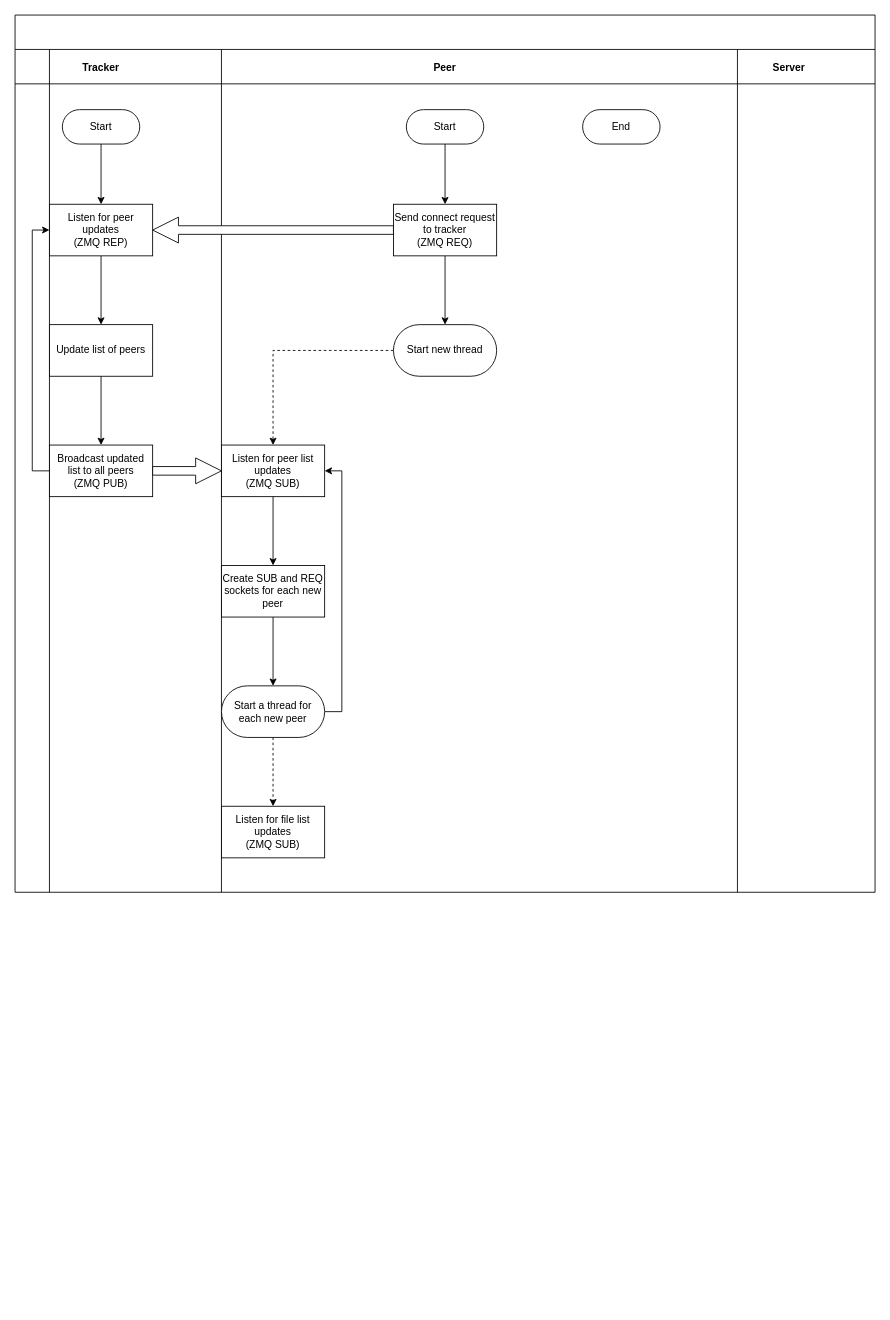
Above: Flowchart.drawio in nan-af/sproj (draw.io), before the change. Source tidied: cells renumbered, new cells numbered last; positions are measured from the earlier drawing's top-left corner, leaving out a move shared by most shapes. Both pictures are drawn from the tidied source at 86%, with x=0, y=0 at pixel (15, 15).
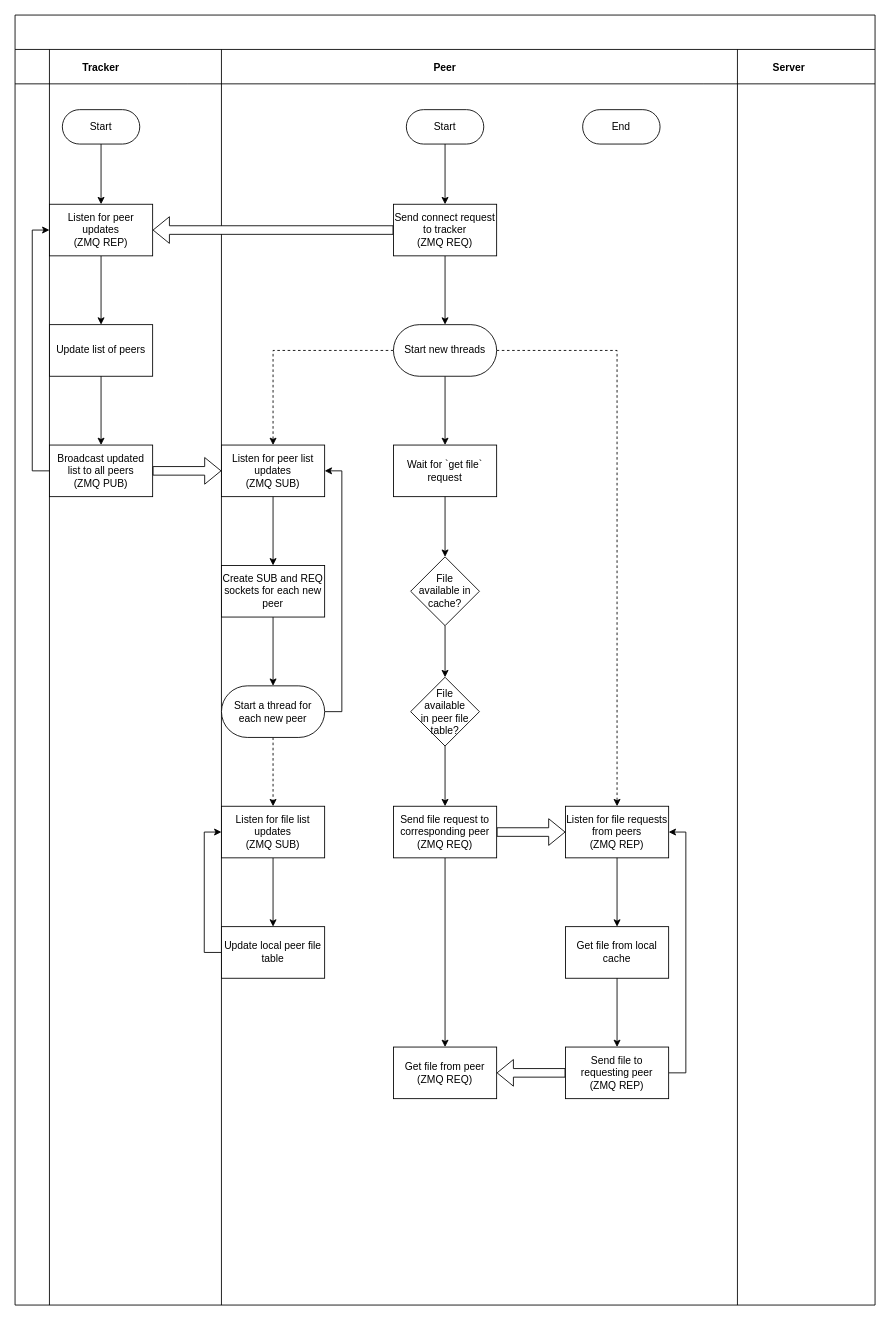
The same diagram, later.

Commit message:
Added "get file from peer" to Flowchart

The change refers to these unchanged cells:
```xml
<mxCell id="6" value="&lt;div&gt;Broadcast updated list to all peers&lt;/div&gt;&lt;div&gt;(ZMQ PUB)&lt;/div&gt;" style="whiteSpace=wrap;html=1;rounded=0;glass=0;arcSize=50;" parent="4" vertex="1">
  <mxGeometry x="40" y="460" width="120" height="60" as="geometry" />
</mxCell>
<mxCell id="11" value="&lt;div&gt;Listen for peer list updates&lt;/div&gt;&lt;div&gt;(ZMQ SUB)&lt;/div&gt;" style="whiteSpace=wrap;html=1;rounded=0;glass=0;arcSize=50;" parent="9" vertex="1">
  <mxGeometry x="40" y="460" width="120" height="60" as="geometry" />
</mxCell>
<mxCell id="17" value="&lt;div&gt;Send connect request to tracker&lt;/div&gt;&lt;div&gt;(ZMQ REQ)&lt;br&gt;&lt;/div&gt;" style="whiteSpace=wrap;html=1;rounded=0;arcSize=50;glass=0;" parent="1" vertex="1">
  <mxGeometry x="440" y="220" width="120" height="60" as="geometry" />
</mxCell>
<mxCell id="22" value="&lt;div&gt;Listen for peer updates&lt;/div&gt;&lt;div&gt;(ZMQ REP)&lt;br&gt;&lt;/div&gt;" style="whiteSpace=wrap;html=1;rounded=0;glass=0;arcSize=50;" parent="1" vertex="1">
  <mxGeometry x="40" y="220" width="120" height="60" as="geometry" />
</mxCell>
<mxCell id="31" value="&lt;div&gt;Listen for file list updates&lt;/div&gt;&lt;div&gt;(ZMQ SUB)&lt;br&gt;&lt;/div&gt;" style="whiteSpace=wrap;html=1;rounded=0;glass=0;arcSize=50;" parent="1" vertex="1">
  <mxGeometry x="240" y="920" width="120" height="60" as="geometry" />
</mxCell>
```

Diff of the diagram source:
```diff
@@
     <mxCell id="2" style="shape=table;childLayout=tableLayout;startSize=40;fillColor=none;fontStyle=1;" parent="1" vertex="1">
-      <mxGeometry width="1000" height="1020" as="geometry" />
+      <mxGeometry width="1000" height="1500" as="geometry" />
     </mxCell>
     <mxCell id="3" style="shape=tableRow;horizontal=0;swimlaneHead=0;swimlaneBody=0;top=0;left=0;bottom=0;right=0;fillColor=none;startSize=40;fontStyle=1;" parent="2" vertex="1">
-      <mxGeometry y="40" width="1000" height="980" as="geometry" />
+      <mxGeometry y="40" width="1000" height="1460" as="geometry" />
     </mxCell>
     <mxCell id="4" value="Tracker" style="swimlane;swimlaneHead=0;swimlaneBody=0;fillColor=none;startSize=40;fontStyle=1;" parent="3" vertex="1">
-      <mxGeometry width="200" height="980" as="geometry" />
+      <mxGeometry width="200" height="1460" as="geometry" />
     </mxCell>
@@
     <mxCell id="9" value="Peer" style="swimlane;swimlaneHead=0;swimlaneBody=0;fillColor=none;startSize=40;fontStyle=1;" parent="3" vertex="1">
-      <mxGeometry x="200" width="600" height="980" as="geometry" />
+      <mxGeometry x="200" width="600" height="1460" as="geometry" />
     </mxCell>
@@
+    <mxCell id="32" style="edgeStyle=orthogonalEdgeStyle;rounded=0;jettySize=auto;html=1;" parent="9" edge="1" source="37" target="40">
+      <mxGeometry relative="1" as="geometry" />
+    </mxCell>
+    <mxCell id="33" style="edgeStyle=orthogonalEdgeStyle;rounded=0;jettySize=auto;html=1;" parent="9" edge="1" source="40" target="41">
+      <mxGeometry relative="1" as="geometry" />
+    </mxCell>
+    <mxCell id="34" value="Wait for `get file` request" style="whiteSpace=wrap;html=1;rounded=0;glass=0;arcSize=50;" parent="9" vertex="1">
+      <mxGeometry x="240" y="460" width="120" height="60" as="geometry" />
+    </mxCell>
+    <mxCell id="35" value="&lt;div&gt;File&lt;/div&gt;&lt;div&gt;available in&lt;/div&gt;&lt;div&gt;cache?&lt;/div&gt;" style="rhombus;whiteSpace=wrap;html=1;rounded=0;glass=0;arcSize=50;" parent="9" vertex="1">
+      <mxGeometry x="260" y="590" width="80" height="80" as="geometry" />
+    </mxCell>
+    <mxCell id="36" style="edgeStyle=orthogonalEdgeStyle;rounded=0;jettySize=auto;html=1;" parent="9" edge="1" source="34" target="35">
+      <mxGeometry relative="1" as="geometry" />
+    </mxCell>
+    <mxCell id="37" value="&lt;div&gt;File&lt;/div&gt;&lt;div&gt;available&lt;/div&gt;&lt;div&gt;in peer file&lt;/div&gt;&lt;div&gt;table?&lt;br&gt;&lt;/div&gt;" style="rhombus;whiteSpace=wrap;html=1;rounded=0;glass=0;arcSize=50;" parent="9" vertex="1">
+      <mxGeometry x="260" y="730" width="80" height="80" as="geometry" />
+    </mxCell>
+    <mxCell id="38" style="edgeStyle=orthogonalEdgeStyle;rounded=0;jettySize=auto;html=1;" parent="9" edge="1" source="35" target="37">
+      <mxGeometry relative="1" as="geometry" />
+    </mxCell>
+    <mxCell id="39" style="edgeStyle=orthogonalEdgeStyle;rounded=0;jettySize=auto;html=1;exitX=1;exitY=0.5;exitDx=0;exitDy=0;entryX=0;entryY=0.5;entryDx=0;entryDy=0;shape=flexArrow;fillColor=default;" parent="9" edge="1" source="40" target="42">
+      <mxGeometry relative="1" as="geometry" />
+    </mxCell>
+    <mxCell id="40" value="&lt;div&gt;Send file request to corresponding peer&lt;/div&gt;&lt;div&gt;(ZMQ REQ)&lt;br&gt;&lt;/div&gt;" style="whiteSpace=wrap;html=1;rounded=0;glass=0;arcSize=50;" parent="9" vertex="1">
+      <mxGeometry x="240" y="880" width="120" height="60" as="geometry" />
+    </mxCell>
+    <mxCell id="41" value="&lt;div&gt;Get file from peer&lt;/div&gt;&lt;div&gt;(ZMQ REQ)&lt;br&gt;&lt;/div&gt;" style="whiteSpace=wrap;html=1;rounded=0;glass=0;arcSize=50;" parent="9" vertex="1">
+      <mxGeometry x="240" y="1160" width="120" height="60" as="geometry" />
+    </mxCell>
+    <mxCell id="42" value="&lt;div&gt;Listen for file requests from peers&lt;/div&gt;&lt;div&gt;(ZMQ REP)&lt;br&gt;&lt;/div&gt;" style="whiteSpace=wrap;html=1;rounded=0;glass=0;arcSize=50;" parent="9" vertex="1">
+      <mxGeometry x="440" y="880" width="120" height="60" as="geometry" />
+    </mxCell>
+    <mxCell id="43" value="&lt;div&gt;Get file from local cache&lt;/div&gt;" style="whiteSpace=wrap;html=1;rounded=0;glass=0;arcSize=50;" parent="9" vertex="1">
+      <mxGeometry x="440" y="1020" width="120" height="60" as="geometry" />
+    </mxCell>
+    <mxCell id="44" style="edgeStyle=orthogonalEdgeStyle;rounded=0;jettySize=auto;html=1;exitX=1;exitY=0.5;exitDx=0;exitDy=0;entryX=1;entryY=0.5;entryDx=0;entryDy=0;" parent="9" edge="1" source="46" target="42">
+      <mxGeometry relative="1" as="geometry" />
+    </mxCell>
+    <mxCell id="45" style="edgeStyle=orthogonalEdgeStyle;shape=flexArrow;rounded=0;jettySize=auto;html=1;exitX=0;exitY=0.5;exitDx=0;exitDy=0;entryX=1;entryY=0.5;entryDx=0;entryDy=0;fillColor=default;" parent="9" edge="1" source="46" target="41">
+      <mxGeometry relative="1" as="geometry" />
+    </mxCell>
+    <mxCell id="46" value="&lt;div&gt;Send file to requesting peer&lt;/div&gt;&lt;div&gt;(ZMQ REP)&lt;br&gt;&lt;/div&gt;" style="whiteSpace=wrap;html=1;rounded=0;glass=0;arcSize=50;" parent="9" vertex="1">
+      <mxGeometry x="440" y="1160" width="120" height="60" as="geometry" />
+    </mxCell>
+    <mxCell id="47" style="edgeStyle=orthogonalEdgeStyle;rounded=0;jettySize=auto;html=1;" parent="9" edge="1" source="42" target="43">
+      <mxGeometry relative="1" as="geometry" />
+    </mxCell>
+    <mxCell id="48" style="edgeStyle=orthogonalEdgeStyle;rounded=0;jettySize=auto;html=1;" parent="9" edge="1" source="43" target="46">
+      <mxGeometry relative="1" as="geometry" />
+    </mxCell>
     <mxCell id="13" value="Server" style="swimlane;swimlaneHead=0;swimlaneBody=0;fillColor=none;startSize=40;fontStyle=1;" parent="3" vertex="1">
-      <mxGeometry x="800" width="200" height="980" as="geometry" />
+      <mxGeometry x="800" width="200" height="1460" as="geometry" />
     </mxCell>
-    <mxCell id="14" style="edgeStyle=orthogonalEdgeStyle;rounded=0;jettySize=auto;html=1;exitX=1;exitY=0.5;exitDx=0;exitDy=0;entryX=0;entryY=0.5;entryDx=0;entryDy=0;shape=arrow;fillColor=default;" parent="3" edge="1" source="6" target="11">
+    <mxCell id="14" style="edgeStyle=orthogonalEdgeStyle;rounded=0;jettySize=auto;html=1;exitX=1;exitY=0.5;exitDx=0;exitDy=0;entryX=0;entryY=0.5;entryDx=0;entryDy=0;shape=flexArrow;fillColor=default;" parent="3" edge="1" source="6" target="11">
       <mxGeometry relative="1" as="geometry" />
     </mxCell>
@@
-    <mxCell id="16" style="edgeStyle=orthogonalEdgeStyle;rounded=0;jettySize=auto;html=1;exitX=0;exitY=0.5;exitDx=0;exitDy=0;entryX=1;entryY=0.5;entryDx=0;entryDy=0;shape=arrow;fillColor=default;" parent="1" edge="1" source="17" target="22">
+    <mxCell id="16" style="edgeStyle=orthogonalEdgeStyle;rounded=0;jettySize=auto;html=1;exitX=0;exitY=0.5;exitDx=0;exitDy=0;entryX=1;entryY=0.5;entryDx=0;entryDy=0;shape=flexArrow;fillColor=default;" parent="1" edge="1" source="17" target="22">
       <mxGeometry relative="1" as="geometry" />
     </mxCell>
@@
+    <mxCell id="49" style="edgeStyle=orthogonalEdgeStyle;rounded=0;jettySize=auto;html=1;exitX=0.5;exitY=1;exitDx=0;exitDy=0;entryX=0.5;entryY=0;entryDx=0;entryDy=0;" parent="1" edge="1" source="20" target="34">
+      <mxGeometry relative="1" as="geometry" />
+    </mxCell>
+    <mxCell id="50" style="edgeStyle=orthogonalEdgeStyle;rounded=0;jettySize=auto;html=1;exitX=1;exitY=0.5;exitDx=0;exitDy=0;dashed=1;" parent="1" edge="1" source="20" target="42">
+      <mxGeometry relative="1" as="geometry" />
+    </mxCell>
-    <mxCell id="20" value="&lt;div&gt;Start new thread&lt;/div&gt;" style="whiteSpace=wrap;html=1;rounded=1;glass=0;arcSize=50;" parent="1" vertex="1">
+    <mxCell id="20" value="&lt;div&gt;Start new threads&lt;/div&gt;" style="whiteSpace=wrap;html=1;rounded=1;glass=0;arcSize=50;" parent="1" vertex="1">
       <mxGeometry x="440" y="360" width="120" height="60" as="geometry" />
     </mxCell>
@@
+    <mxCell id="51" style="edgeStyle=orthogonalEdgeStyle;rounded=0;jettySize=auto;html=1;" parent="1" edge="1" source="31" target="53">
+      <mxGeometry relative="1" as="geometry" />
+    </mxCell>
@@
+    <mxCell id="52" style="edgeStyle=orthogonalEdgeStyle;rounded=0;jettySize=auto;html=1;exitX=0;exitY=0.5;exitDx=0;exitDy=0;entryX=0;entryY=0.5;entryDx=0;entryDy=0;" parent="1" edge="1" source="53" target="31">
+      <mxGeometry relative="1" as="geometry" />
+    </mxCell>
+    <mxCell id="53" value="Update local peer file table" style="whiteSpace=wrap;html=1;rounded=0;glass=0;arcSize=50;" parent="1" vertex="1">
+      <mxGeometry x="240" y="1060" width="120" height="60" as="geometry" />
+    </mxCell>
```
